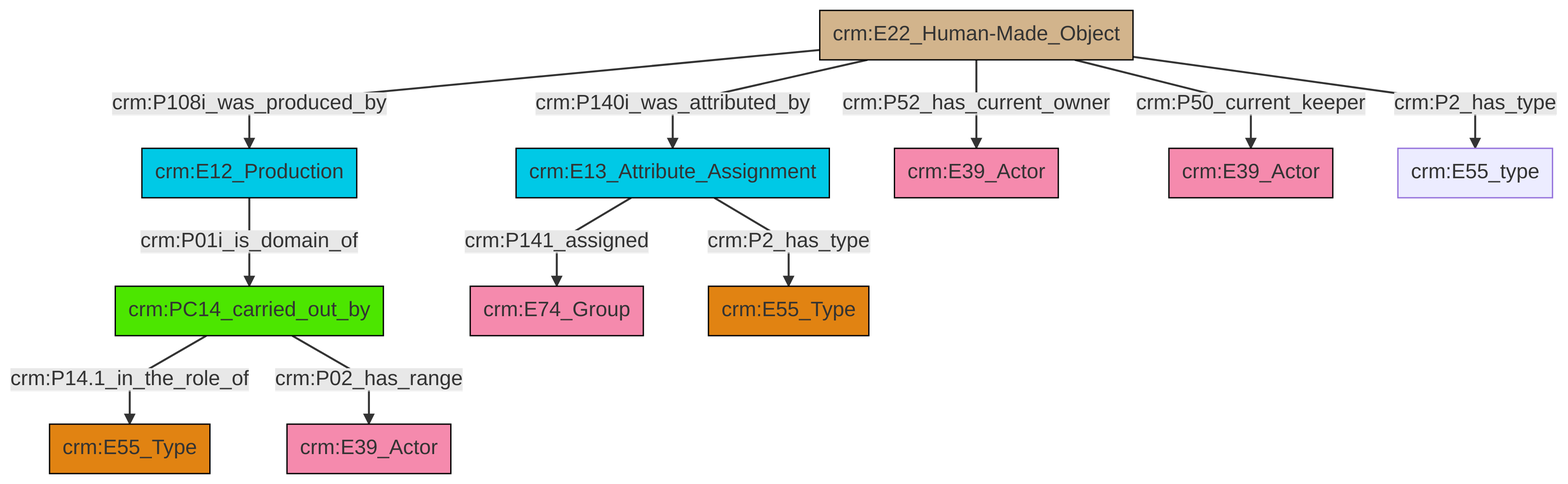
Earlier version of the Mermaid export et/artworkCSV/ttl/mmd/png/Artwork_Actor_Relations.png (swiss-art-research-net/docs.swissartresearch). Its source is kept beside it as et/artworkCSV/ttl/mmd/Artwork_Actor_Relations.ttl.mmd.
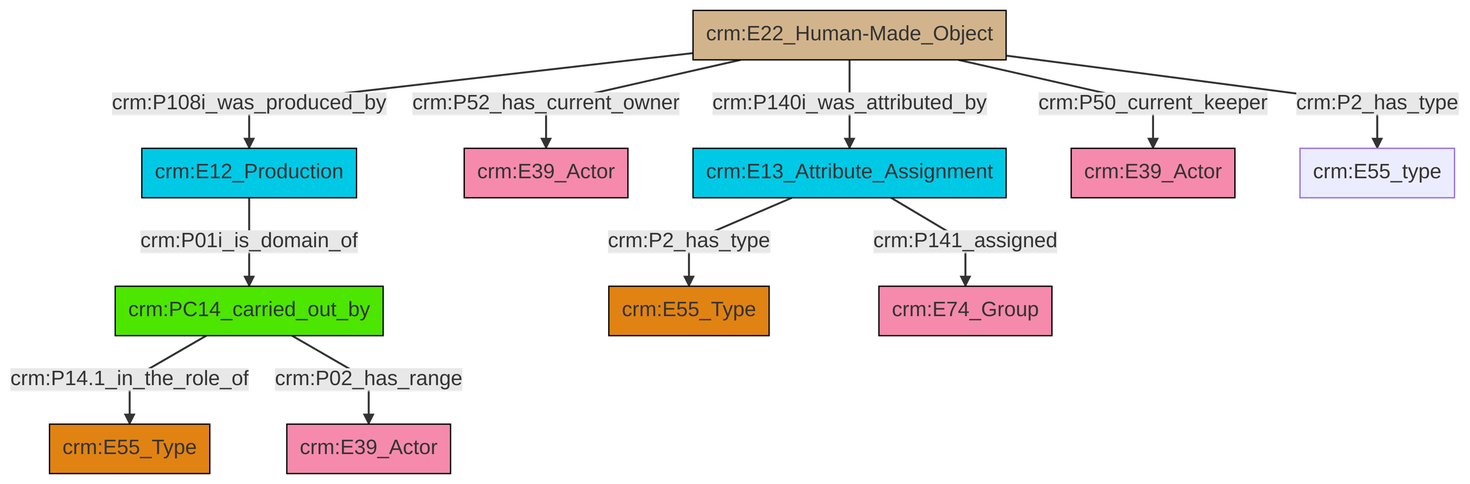
After the commit.

What changed in the source:
```diff
@@ -13,13 +13,13 @@
 classDef PC_Classes fill:#4ce600, stroke:#000000;
 classDef Multi fill:#cccccc,stroke:#000000;
 
-0["crm:E12_Production"]:::Temporal_Entity -->|crm:P01i_is_domain_of| 2["crm:PC14_carried_out_by"]:::PC_Classes
-10["crm:E13_Attribute_Assignment"]:::Temporal_Entity -->|crm:P2_has_type| 8["crm:E55_Type"]:::Type
-11["crm:E22_Human-Made_Object"]:::Physical_Thing -->|crm:P52_has_current_owner| 12["crm:E39_Actor"]:::Actor
-11["crm:E22_Human-Made_Object"]:::Physical_Thing -->|crm:P140i_was_attributed_by| 10["crm:E13_Attribute_Assignment"]:::Temporal_Entity
-2["crm:PC14_carried_out_by"]:::PC_Classes -->|crm:P14.1_in_the_role_of| 4["crm:E55_Type"]:::Type
-11["crm:E22_Human-Made_Object"]:::Physical_Thing -->|crm:P108i_was_produced_by| 0["crm:E12_Production"]:::Temporal_Entity
-11["crm:E22_Human-Made_Object"]:::Physical_Thing -->|crm:P50_current_keeper| 16["crm:E39_Actor"]:::Actor
-10["crm:E13_Attribute_Assignment"]:::Temporal_Entity -->|crm:P141_assigned| 6["crm:E74_Group"]:::Actor
-11["crm:E22_Human-Made_Object"]:::Physical_Thing -->|crm:P2_has_type| 18["crm:E55_type"]:::Default
-2["crm:PC14_carried_out_by"]:::PC_Classes -->|crm:P02_has_range| 13["crm:E39_Actor"]:::Actor
+2["crm:PC14_carried_out_by"]:::PC_Classes -->|crm:P14.1_in_the_role_of| 3["crm:E55_Type"]:::Type
+8["crm:E22_Human-Made_Object"]:::Physical_Thing -->|crm:P140i_was_attributed_by| 0["crm:E13_Attribute_Assignment"]:::Temporal_Entity
+8["crm:E22_Human-Made_Object"]:::Physical_Thing -->|crm:P52_has_current_owner| 11["crm:E39_Actor"]:::Actor
+0["crm:E13_Attribute_Assignment"]:::Temporal_Entity -->|crm:P141_assigned| 12["crm:E74_Group"]:::Actor
+8["crm:E22_Human-Made_Object"]:::Physical_Thing -->|crm:P108i_was_produced_by| 14["crm:E12_Production"]:::Temporal_Entity
+14["crm:E12_Production"]:::Temporal_Entity -->|crm:P01i_is_domain_of| 2["crm:PC14_carried_out_by"]:::PC_Classes
+8["crm:E22_Human-Made_Object"]:::Physical_Thing -->|crm:P50_current_keeper| 15["crm:E39_Actor"]:::Actor
+8["crm:E22_Human-Made_Object"]:::Physical_Thing -->|crm:P2_has_type| 18["crm:E55_type"]:::Default
+2["crm:PC14_carried_out_by"]:::PC_Classes -->|crm:P02_has_range| 4["crm:E39_Actor"]:::Actor
+0["crm:E13_Attribute_Assignment"]:::Temporal_Entity -->|crm:P2_has_type| 6["crm:E55_Type"]:::Type
```
